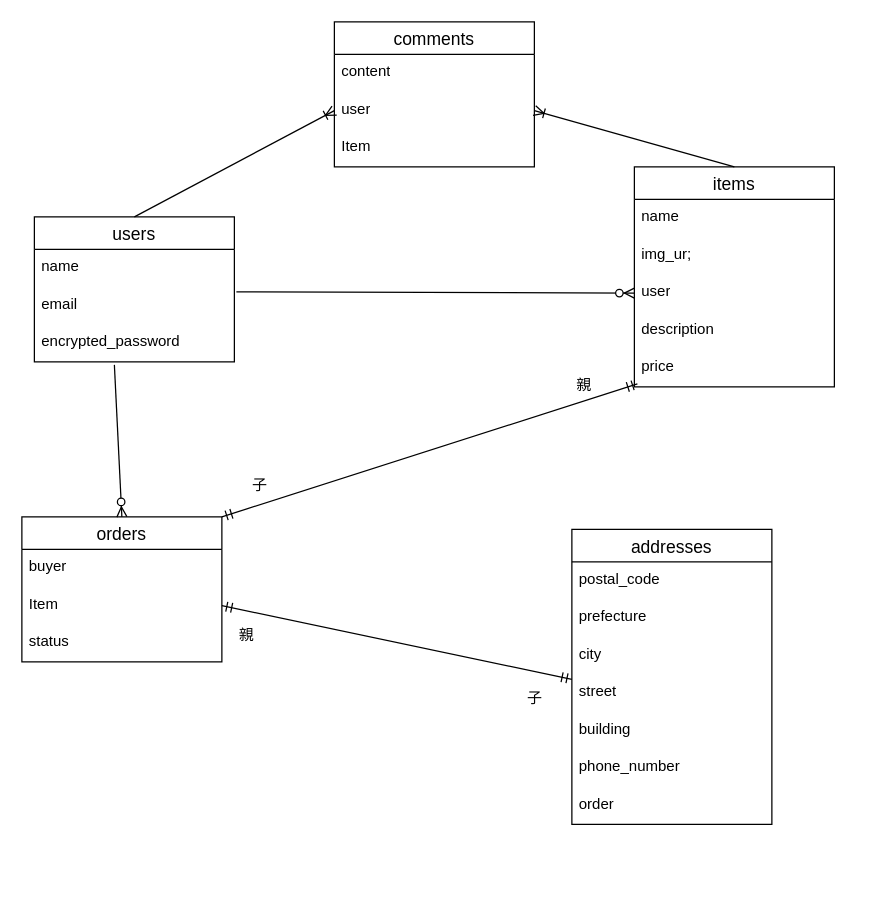
Before: app/ER.dio in ymshkdev/furima-46582, a draw.io diagram. Source tidied: cells renumbered, new cells numbered last; positions are measured from the earlier drawing's top-left corner, leaving out a move shared by most shapes. Both pictures are drawn from the tidied source at 125%, with x=0, y=0 at pixel (21, 21).
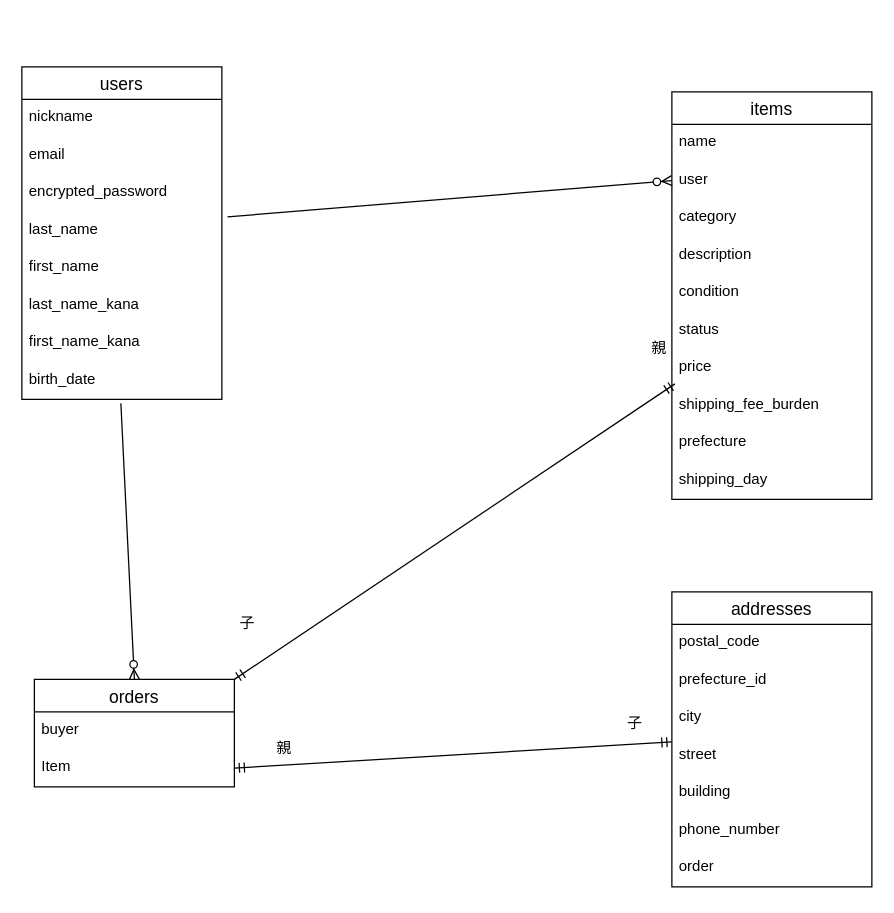
The same page after the edit.

The change refers to these unchanged cells:
```xml
<mxCell id="4" value="email" style="text;strokeColor=none;fillColor=none;spacingLeft=4;spacingRight=4;overflow=hidden;points=[[0,0.5],[1,0.5]];portConstraint=eastwest;fontSize=12;whiteSpace=wrap;html=1;" parent="2" vertex="1">
  <mxGeometry y="56" width="160" height="30" as="geometry" />
</mxCell>
<mxCell id="5" value="encrypted_password" style="text;strokeColor=none;fillColor=none;spacingLeft=4;spacingRight=4;overflow=hidden;points=[[0,0.5],[1,0.5]];portConstraint=eastwest;fontSize=12;whiteSpace=wrap;html=1;" parent="2" vertex="1">
  <mxGeometry y="86" width="160" height="30" as="geometry" />
</mxCell>
```

The edit, as a diff of the source:
```diff
@@
     <mxCell id="2" value="users" style="swimlane;fontStyle=0;horizontal=1;startSize=26;align=center;fontSize=14;" parent="1" vertex="1">
-      <mxGeometry x="10" y="156" width="160" height="116" as="geometry" />
+      <mxGeometry y="36" width="160" height="266" as="geometry" />
     </mxCell>
-    <mxCell id="3" value="name" style="text;strokeColor=none;fillColor=none;spacingLeft=4;spacingRight=4;overflow=hidden;fontSize=12;whiteSpace=wrap;html=1;" parent="2" vertex="1">
+    <mxCell id="3" value="nickname" style="text;strokeColor=none;fillColor=none;spacingLeft=4;spacingRight=4;overflow=hidden;fontSize=12;whiteSpace=wrap;html=1;" parent="2" vertex="1">
       <mxGeometry y="26" width="160" height="30" as="geometry" />
     </mxCell>
@@
+    <mxCell id="38" value="last_name" style="text;strokeColor=none;fillColor=none;spacingLeft=4;spacingRight=4;overflow=hidden;points=[[0,0.5],[1,0.5]];portConstraint=eastwest;fontSize=12;whiteSpace=wrap;html=1;" parent="2" vertex="1">
+      <mxGeometry y="116" width="160" height="30" as="geometry" />
+    </mxCell>
+    <mxCell id="39" value="first_name" style="text;strokeColor=none;fillColor=none;spacingLeft=4;spacingRight=4;overflow=hidden;fontSize=12;whiteSpace=wrap;html=1;" parent="2" vertex="1">
+      <mxGeometry y="146" width="160" height="30" as="geometry" />
+    </mxCell>
+    <mxCell id="40" value="last_name_kana" style="text;strokeColor=none;fillColor=none;spacingLeft=4;spacingRight=4;overflow=hidden;fontSize=12;whiteSpace=wrap;html=1;" parent="2" vertex="1">
+      <mxGeometry y="176" width="160" height="30" as="geometry" />
+    </mxCell>
+    <mxCell id="41" value="first_name_kana&amp;nbsp;" style="text;strokeColor=none;fillColor=none;spacingLeft=4;spacingRight=4;overflow=hidden;fontSize=12;whiteSpace=wrap;html=1;" parent="2" vertex="1">
+      <mxGeometry y="206" width="160" height="30" as="geometry" />
+    </mxCell>
+    <mxCell id="42" value="birth_date" style="text;strokeColor=none;fillColor=none;spacingLeft=4;spacingRight=4;overflow=hidden;points=[[0,0.5],[1,0.5]];portConstraint=eastwest;fontSize=12;whiteSpace=wrap;html=1;" parent="2" vertex="1">
+      <mxGeometry y="236" width="160" height="30" as="geometry" />
+    </mxCell>
     <mxCell id="6" value="items" style="swimlane;fontStyle=0;horizontal=1;startSize=26;align=center;fontSize=14;" parent="1" vertex="1">
-      <mxGeometry x="490" y="116" width="160" height="176" as="geometry" />
+      <mxGeometry x="520" y="56" width="160" height="326" as="geometry" />
     </mxCell>
@@
+    <mxCell id="9" value="user" style="text;strokeColor=none;fillColor=none;spacingLeft=4;spacingRight=4;overflow=hidden;points=[[0,0.5],[1,0.5]];portConstraint=eastwest;fontSize=12;whiteSpace=wrap;html=1;" parent="6" vertex="1">
+      <mxGeometry y="56" width="160" height="30" as="geometry" />
+    </mxCell>
-    <mxCell id="8" value="img_ur;" style="text;strokeColor=none;fillColor=none;spacingLeft=4;spacingRight=4;overflow=hidden;fontSize=12;whiteSpace=wrap;html=1;" parent="6" vertex="1">
-      <mxGeometry y="56" width="160" height="30" as="geometry" />
+    <mxCell id="8" value="category" style="text;strokeColor=none;fillColor=none;spacingLeft=4;spacingRight=4;overflow=hidden;fontSize=12;whiteSpace=wrap;html=1;" parent="6" vertex="1">
+      <mxGeometry y="86" width="160" height="30" as="geometry" />
     </mxCell>
-    <mxCell id="9" value="user" style="text;strokeColor=none;fillColor=none;spacingLeft=4;spacingRight=4;overflow=hidden;points=[[0,0.5],[1,0.5]];portConstraint=eastwest;fontSize=12;whiteSpace=wrap;html=1;" parent="6" vertex="1">
-      <mxGeometry y="86" width="160" height="30" as="geometry" />
-    </mxCell>
@@
+    <mxCell id="43" value="condition" style="text;strokeColor=none;fillColor=none;spacingLeft=4;spacingRight=4;overflow=hidden;fontSize=12;whiteSpace=wrap;html=1;" parent="6" vertex="1">
+      <mxGeometry y="146" width="160" height="30" as="geometry" />
+    </mxCell>
+    <mxCell id="19" value="status" style="text;strokeColor=none;fillColor=none;spacingLeft=4;spacingRight=4;overflow=hidden;fontSize=12;whiteSpace=wrap;html=1;" parent="6" vertex="1">
+      <mxGeometry y="176" width="160" height="30" as="geometry" />
+    </mxCell>
     <mxCell id="11" value="price" style="text;strokeColor=none;fillColor=none;spacingLeft=4;spacingRight=4;overflow=hidden;points=[[0,0.5],[1,0.5]];portConstraint=eastwest;fontSize=12;whiteSpace=wrap;html=1;" parent="6" vertex="1">
-      <mxGeometry y="146" width="160" height="30" as="geometry" />
+      <mxGeometry y="206" width="160" height="30" as="geometry" />
     </mxCell>
-    <mxCell id="12" value="comments" style="swimlane;fontStyle=0;horizontal=1;startSize=26;align=center;fontSize=14;" parent="1" vertex="1">
-      <mxGeometry x="250" width="160" height="116" as="geometry" />
-    </mxCell>
-    <mxCell id="13" value="content" style="text;strokeColor=none;fillColor=none;spacingLeft=4;spacingRight=4;overflow=hidden;fontSize=12;whiteSpace=wrap;html=1;" parent="12" vertex="1">
-      <mxGeometry y="26" width="160" height="30" as="geometry" />
-    </mxCell>
-    <mxCell id="14" value="user" style="text;strokeColor=none;fillColor=none;spacingLeft=4;spacingRight=4;overflow=hidden;points=[[0,0.5],[1,0.5]];portConstraint=eastwest;fontSize=12;whiteSpace=wrap;html=1;" parent="12" vertex="1">
-      <mxGeometry y="56" width="160" height="30" as="geometry" />
-    </mxCell>
-    <mxCell id="15" value="Item&lt;div&gt;&lt;br&gt;&lt;/div&gt;" style="text;strokeColor=none;fillColor=none;spacingLeft=4;spacingRight=4;overflow=hidden;fontSize=12;whiteSpace=wrap;html=1;" parent="12" vertex="1">
-      <mxGeometry y="86" width="160" height="30" as="geometry" />
-    </mxCell>
+    <mxCell id="44" value="shipping_fee_burden" style="text;strokeColor=none;fillColor=none;spacingLeft=4;spacingRight=4;overflow=hidden;fontSize=12;whiteSpace=wrap;html=1;" parent="6" vertex="1">
+      <mxGeometry y="236" width="160" height="30" as="geometry" />
+    </mxCell>
+    <mxCell id="45" value="prefecture" style="text;strokeColor=none;fillColor=none;spacingLeft=4;spacingRight=4;overflow=hidden;fontSize=12;whiteSpace=wrap;html=1;" parent="6" vertex="1">
+      <mxGeometry y="266" width="160" height="30" as="geometry" />
+    </mxCell>
+    <mxCell id="46" value="shipping_day" style="text;strokeColor=none;fillColor=none;spacingLeft=4;spacingRight=4;overflow=hidden;fontSize=12;whiteSpace=wrap;html=1;" parent="6" vertex="1">
+      <mxGeometry y="296" width="160" height="30" as="geometry" />
+    </mxCell>
     <mxCell id="16" value="orders" style="swimlane;fontStyle=0;horizontal=1;startSize=26;align=center;fontSize=14;" parent="1" vertex="1">
-      <mxGeometry y="396" width="160" height="116" as="geometry" />
+      <mxGeometry x="10" y="526" width="160" height="86" as="geometry" />
     </mxCell>
@@
-    <mxCell id="19" value="status" style="text;strokeColor=none;fillColor=none;spacingLeft=4;spacingRight=4;overflow=hidden;fontSize=12;whiteSpace=wrap;html=1;" parent="16" vertex="1">
-      <mxGeometry y="86" width="160" height="30" as="geometry" />
-    </mxCell>
     <mxCell id="20" value="addresses" style="swimlane;fontStyle=0;horizontal=1;startSize=26;align=center;fontSize=14;" parent="1" vertex="1">
-      <mxGeometry x="440" y="406" width="160" height="236" as="geometry" />
+      <mxGeometry x="520" y="456" width="160" height="236" as="geometry" />
     </mxCell>
@@
-    <mxCell id="22" value="prefecture" style="text;strokeColor=none;fillColor=none;spacingLeft=4;spacingRight=4;overflow=hidden;fontSize=12;whiteSpace=wrap;html=1;" parent="20" vertex="1">
+    <mxCell id="22" value="prefecture_id" style="text;strokeColor=none;fillColor=none;spacingLeft=4;spacingRight=4;overflow=hidden;fontSize=12;whiteSpace=wrap;html=1;" parent="20" vertex="1">
       <mxGeometry y="56" width="160" height="30" as="geometry" />
     </mxCell>
@@
-    <mxCell id="28" style="fontSize=12;html=1;endArrow=ERzeroToMany;endFill=1;entryX=0;entryY=0.5;entryDx=0;entryDy=0;exitX=1.01;exitY=0.133;exitDx=0;exitDy=0;targetPerimeterSpacing=20;exitPerimeter=0;" parent="1" edge="1" source="4" target="9">
+    <mxCell id="28" style="fontSize=12;html=1;endArrow=ERzeroToMany;endFill=1;entryX=0;entryY=0.5;entryDx=0;entryDy=0;exitX=1.028;exitY=0.133;exitDx=0;exitDy=0;targetPerimeterSpacing=20;exitPerimeter=0;" parent="1" edge="1" source="38" target="9">
       <mxGeometry relative="1" as="geometry" />
     </mxCell>
-    <mxCell id="29" style="fontSize=12;html=1;endArrow=ERoneToMany;entryX=1;entryY=0.5;entryDx=0;entryDy=0;exitX=0.5;exitY=0;exitDx=0;exitDy=0;" parent="1" edge="1" source="6" target="14">
-      <mxGeometry relative="1" as="geometry" />
-    </mxCell>
-    <mxCell id="30" style="fontSize=12;html=1;endArrow=ERoneToMany;entryX=0;entryY=0.5;entryDx=0;entryDy=0;exitX=0.5;exitY=0;exitDx=0;exitDy=0;" parent="1" edge="1" source="2" target="14">
-      <mxGeometry relative="1" as="geometry" />
-    </mxCell>
-    <mxCell id="31" style="fontSize=12;html=1;endArrow=ERzeroToMany;endFill=1;entryX=0.5;entryY=0;entryDx=0;entryDy=0;exitX=0.4;exitY=1.08;exitDx=0;exitDy=0;exitPerimeter=0;" parent="1" edge="1" source="5" target="16">
+    <mxCell id="31" style="fontSize=12;html=1;endArrow=ERzeroToMany;endFill=1;entryX=0.5;entryY=0;entryDx=0;entryDy=0;exitX=0.495;exitY=1.107;exitDx=0;exitDy=0;exitPerimeter=0;" parent="1" edge="1" source="42" target="16">
       <mxGeometry relative="1" as="geometry" />
     </mxCell>
@@
     <mxCell id="33" value="親" style="text;strokeColor=none;align=center;fillColor=none;html=1;verticalAlign=middle;whiteSpace=wrap;rounded=0;" parent="1" vertex="1">
-      <mxGeometry x="420" y="276" width="60" height="30" as="geometry" />
+      <mxGeometry x="480" y="246" width="60" height="30" as="geometry" />
     </mxCell>
     <mxCell id="34" value="子" style="text;html=1;align=center;verticalAlign=middle;strokeColor=none;fillColor=none;" parent="1" vertex="1">
-      <mxGeometry x="170" y="356" width="40" height="30" as="geometry" />
+      <mxGeometry x="160" y="466" width="40" height="30" as="geometry" />
     </mxCell>
@@
     <mxCell id="36" value="子" style="text;html=1;align=center;verticalAlign=middle;strokeColor=none;fillColor=none;" parent="1" vertex="1">
-      <mxGeometry x="390" y="526" width="40" height="30" as="geometry" />
+      <mxGeometry x="470" y="546" width="40" height="30" as="geometry" />
     </mxCell>
     <mxCell id="37" value="親" style="text;strokeColor=none;align=center;fillColor=none;html=1;verticalAlign=middle;whiteSpace=wrap;rounded=0;" parent="1" vertex="1">
-      <mxGeometry x="150" y="476" width="60" height="30" as="geometry" />
+      <mxGeometry x="180" y="566" width="60" height="30" as="geometry" />
     </mxCell>
```
